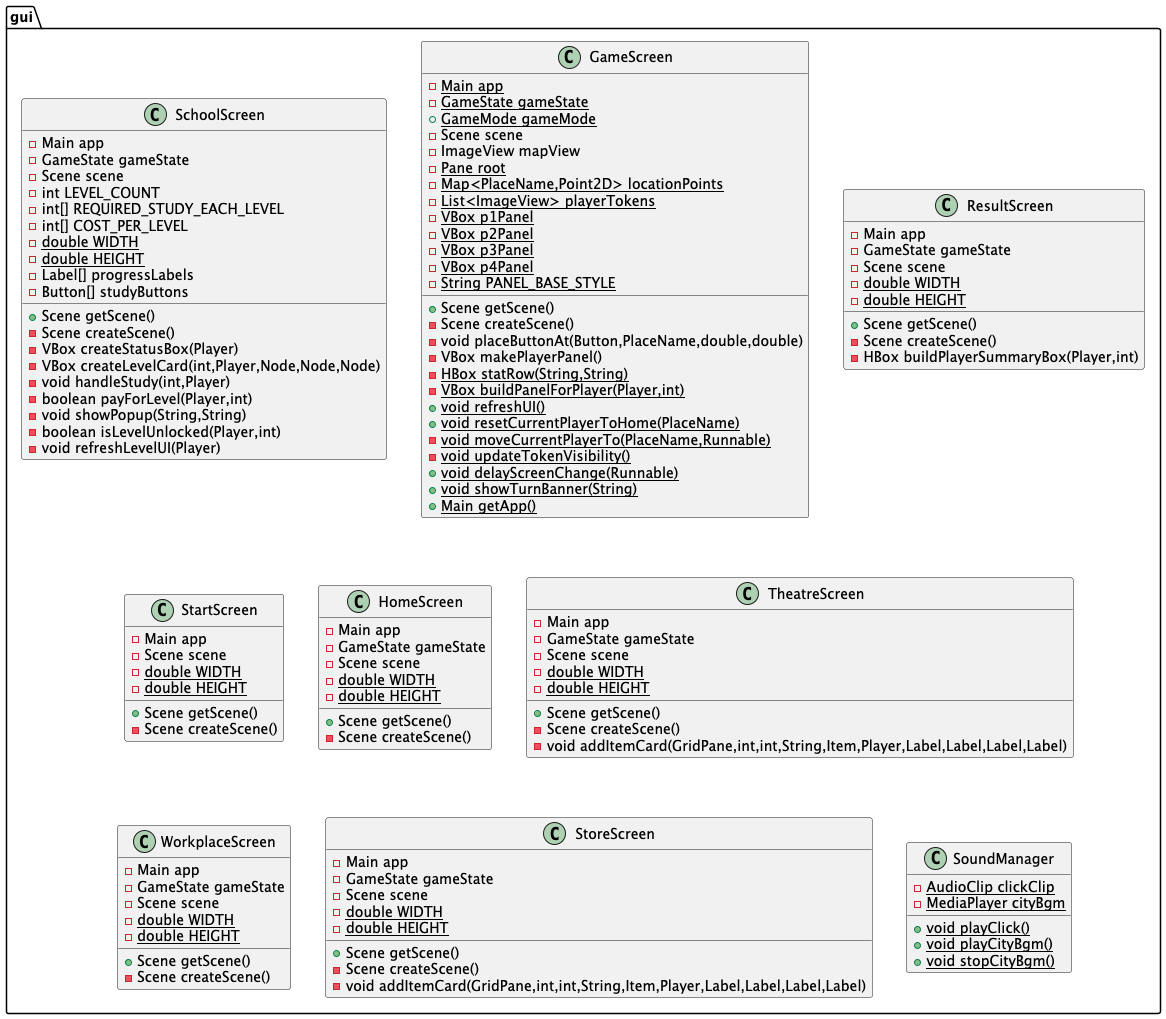
The PlantUML diagram GUI.png in starter2157/Color-in-RealLife, before a commit.
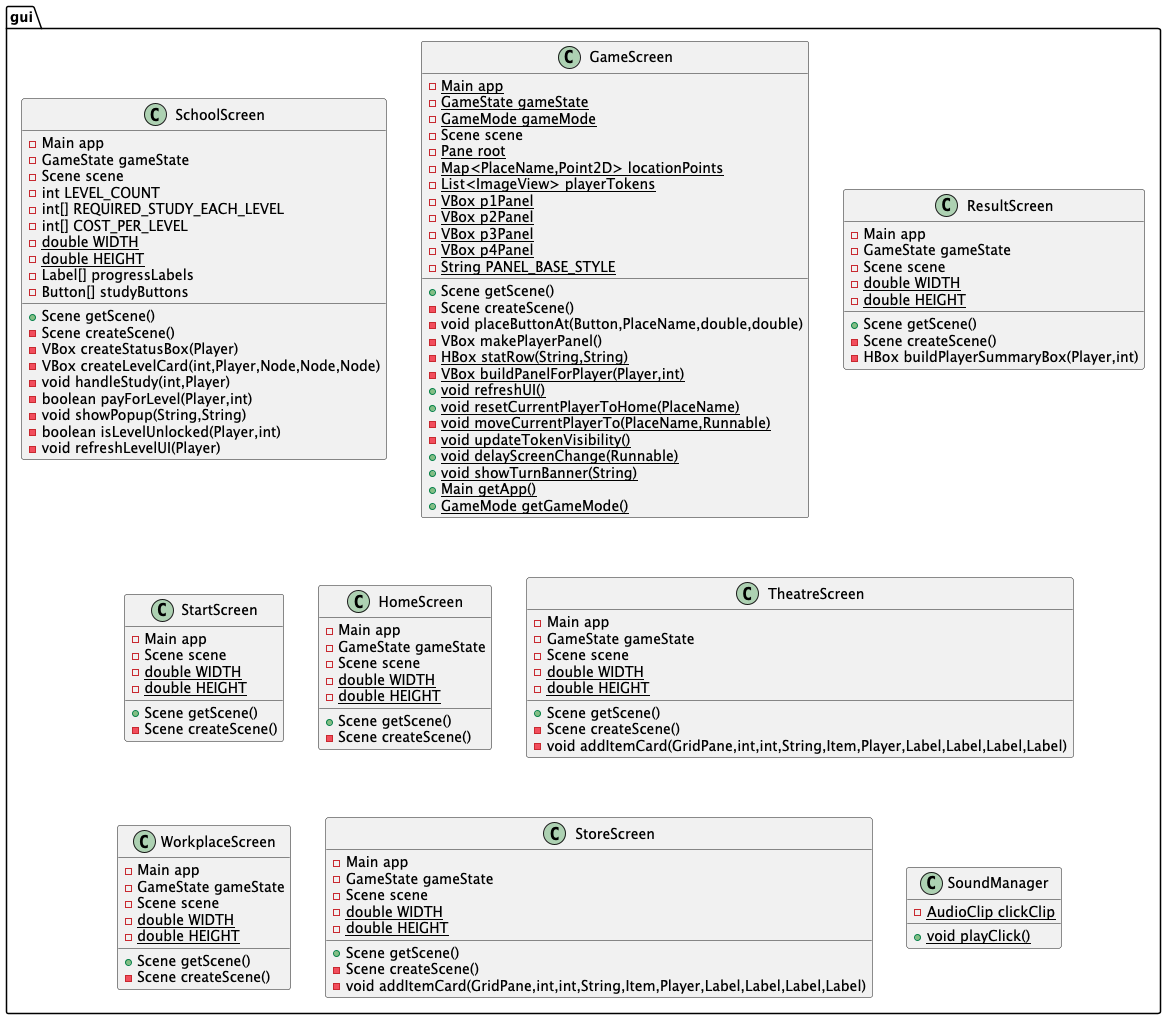
The same diagram one commit later.

What changed in the source:
```diff
@@ -25,9 +25,8 @@
 class gui.GameScreen {
 - {static} Main app
 - {static} GameState gameState
-+ {static} GameMode gameMode
+- {static} GameMode gameMode
 - Scene scene
-- ImageView mapView
 - {static} Pane root
 - {static} Map<PlaceName,Point2D> locationPoints
 - {static} List<ImageView> playerTokens
@@ -49,6 +48,7 @@
 + {static} void delayScreenChange(Runnable)
 + {static} void showTurnBanner(String)
 + {static} Main getApp()
++ {static} GameMode getGameMode()
 }
 
 
@@ -122,10 +122,7 @@
 
 class gui.SoundManager {
 - {static} AudioClip clickClip
-- {static} MediaPlayer cityBgm
 + {static} void playClick()
-+ {static} void playCityBgm()
-+ {static} void stopCityBgm()
 }
 
 
```
